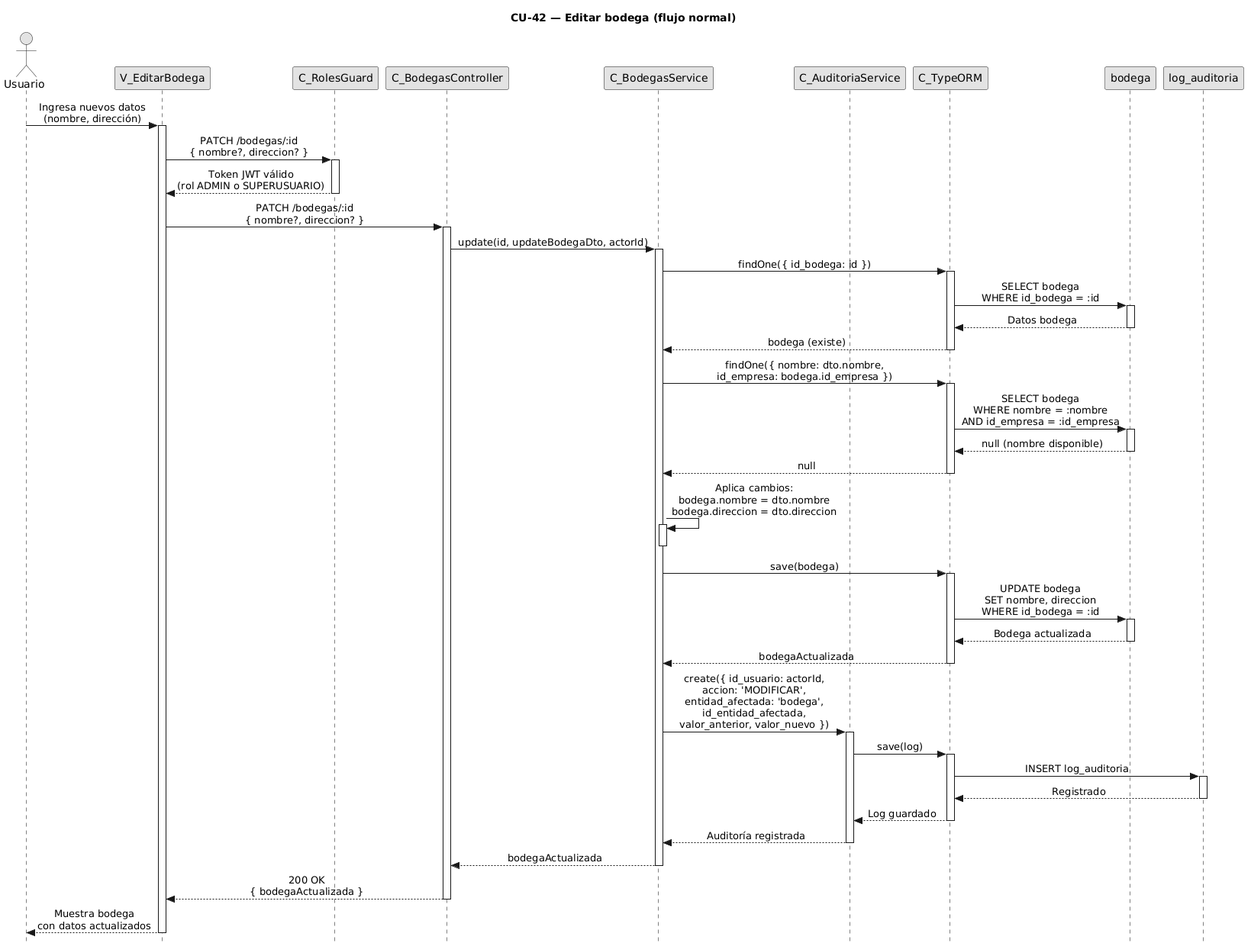
Before: diagramas/diagramas-secuencia/CU42/CU42-normal.png, a diagram exported from PlantUML (FSM-Finet-y-Cable-Magico/Team_1-Inventario-y-Bodega). Its diagram source:
```plantuml
@startuml
title CU-42 — Editar bodega (flujo normal)

skinparam style strictuml
skinparam monochrome true
skinparam shadowing false
skinparam sequenceMessageAlign center
skinparam sequence {
  MessageAlign center
  LifeLineBorderColor black
}
hide footbox

actor "Usuario" as user
participant "V_EditarBodega" as view
participant "C_RolesGuard" as guard
participant "C_BodegasController" as ctrl
participant "C_BodegasService" as svc
participant "C_AuditoriaService" as aud
participant "C_TypeORM" as orm
participant "bodega" as bent
participant "log_auditoria" as aent

user -> view : Ingresa nuevos datos\n(nombre, dirección)
activate view

view -> guard : PATCH /bodegas/:id\n{ nombre?, direccion? }
activate guard
guard --> view : Token JWT válido\n(rol ADMIN o SUPERUSUARIO)
deactivate guard

view -> ctrl : PATCH /bodegas/:id\n{ nombre?, direccion? }
activate ctrl

ctrl -> svc : update(id, updateBodegaDto, actorId)
activate svc

svc -> orm : findOne({ id_bodega: id })
activate orm

orm -> bent : SELECT bodega\nWHERE id_bodega = :id
activate bent
bent --> orm : Datos bodega
deactivate bent

orm --> svc : bodega (existe)
deactivate orm

svc -> orm : findOne({ nombre: dto.nombre,\nid_empresa: bodega.id_empresa })
activate orm

orm -> bent : SELECT bodega\nWHERE nombre = :nombre\nAND id_empresa = :id_empresa
activate bent
bent --> orm : null (nombre disponible)
deactivate bent

orm --> svc : null
deactivate orm

svc -> svc : Aplica cambios:\nbodega.nombre = dto.nombre\nbodega.direccion = dto.direccion
activate svc
deactivate svc

svc -> orm : save(bodega)
activate orm

orm -> bent : UPDATE bodega\nSET nombre, direccion\nWHERE id_bodega = :id
activate bent
bent --> orm : Bodega actualizada
deactivate bent

orm --> svc : bodegaActualizada
deactivate orm

svc -> aud : create({ id_usuario: actorId,\naccion: 'MODIFICAR',\nentidad_afectada: 'bodega',\nid_entidad_afectada,\nvalor_anterior, valor_nuevo })
activate aud

aud -> orm : save(log)
activate orm

orm -> aent : INSERT log_auditoria
activate aent
aent --> orm : Registrado
deactivate aent

orm --> aud : Log guardado
deactivate orm

aud --> svc : Auditoría registrada
deactivate aud

svc --> ctrl : bodegaActualizada
deactivate svc

ctrl --> view : 200 OK\n{ bodegaActualizada }
deactivate ctrl

view --> user : Muestra bodega\ncon datos actualizados
deactivate view
@enduml
```
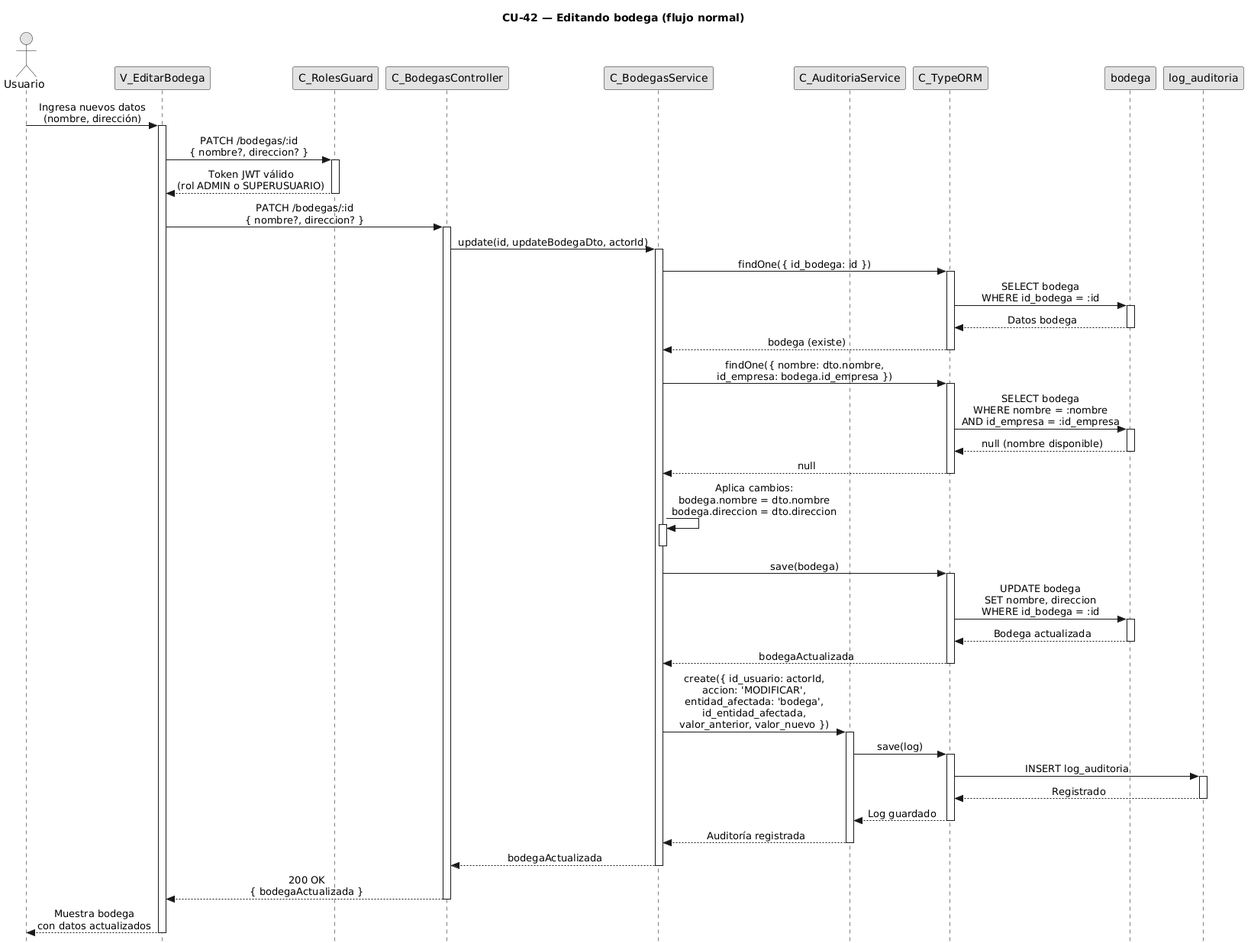
After the commit.

What changed in the source:
```diff
@@ -1,5 +1,5 @@
-@startuml
-title CU-42 — Editar bodega (flujo normal)
+@startuml CU42-normal
+title CU-42 — Editando bodega (flujo normal)
 
 skinparam style strictuml
 skinparam monochrome true
@@ -97,4 +97,5 @@
 
 view --> user : Muestra bodega\ncon datos actualizados
 deactivate view
+
 @enduml
```
